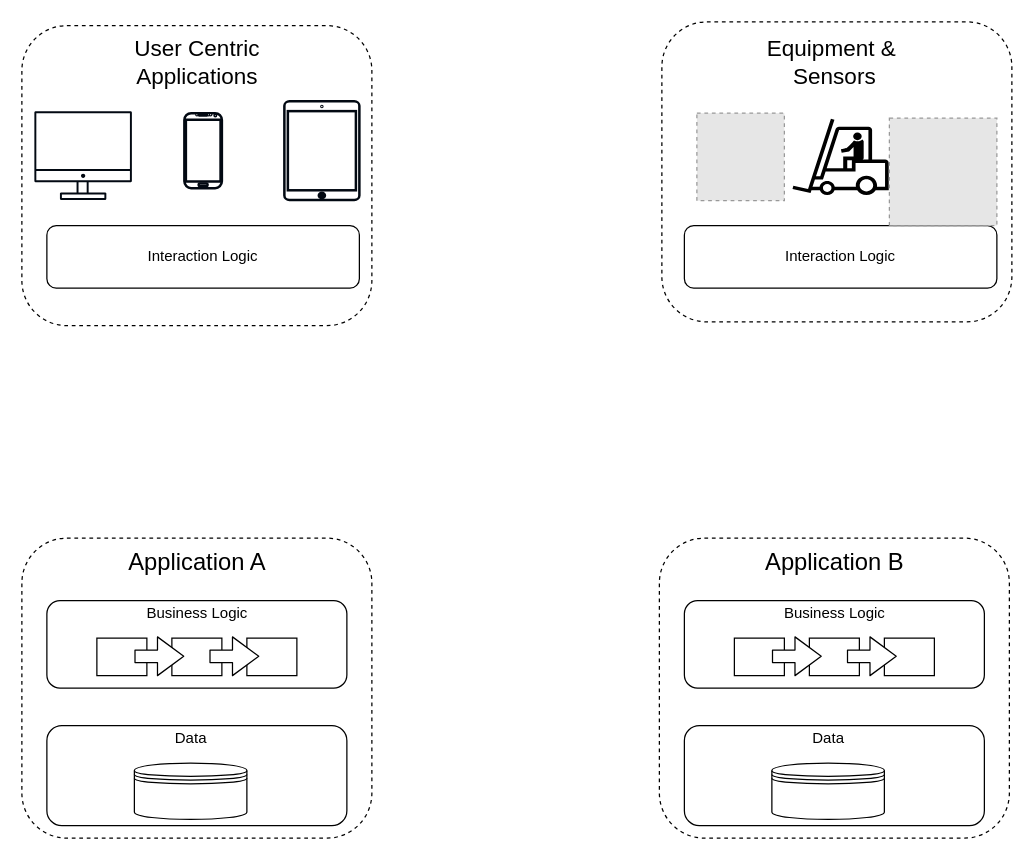
Before: page "Integration Styles" (2 of 2) of Integration Domains.drawio in mrf742002/Diagrams, a draw.io diagram. Source tidied: cells renumbered, new cells numbered last; positions are measured from the earlier drawing's top-left corner, leaving out a move shared by most shapes. Both pictures are drawn from the tidied source at 125%, with x=0, y=0 at pixel (21, 21). Pictures stored in the file or linked from it are replaced by grey dashed boxes.
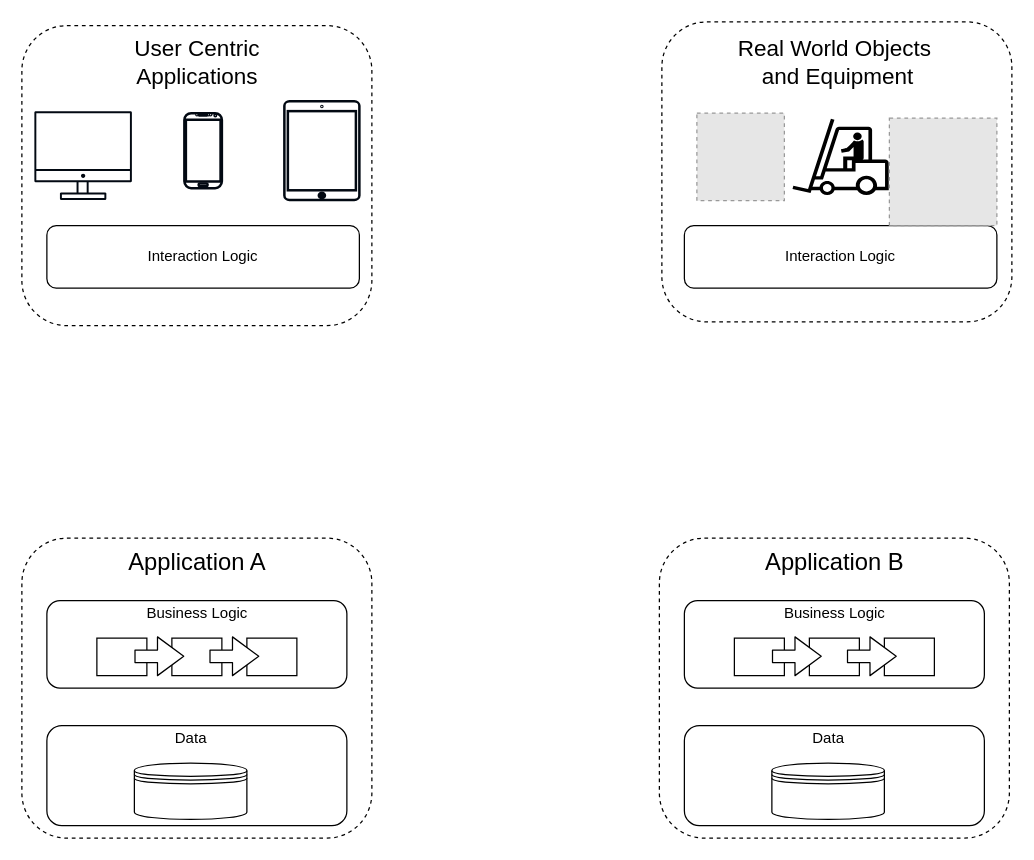
After the change.

Diff of the diagram source:
```diff
@@
-    <mxCell id="41" value="&lt;span style=&quot;font-size: 18px&quot;&gt;Equipment &amp;amp;&amp;nbsp;&lt;/span&gt;&lt;br style=&quot;font-size: 18px&quot;&gt;&lt;span style=&quot;font-size: 18px&quot;&gt;Sensors&lt;/span&gt;" style="text;html=1;align=center;verticalAlign=middle;" parent="1" vertex="1">
-      <mxGeometry x="590" y="13" width="120" height="40" as="geometry" />
+    <mxCell id="41" value="&lt;span style=&quot;font-size: 18px&quot;&gt;Real World Objects&lt;br&gt;&amp;nbsp;and Equipment&lt;/span&gt;" style="text;html=1;align=center;verticalAlign=middle;" parent="1" vertex="1">
+      <mxGeometry x="565" y="13" width="170" height="40" as="geometry" />
     </mxCell>
```
